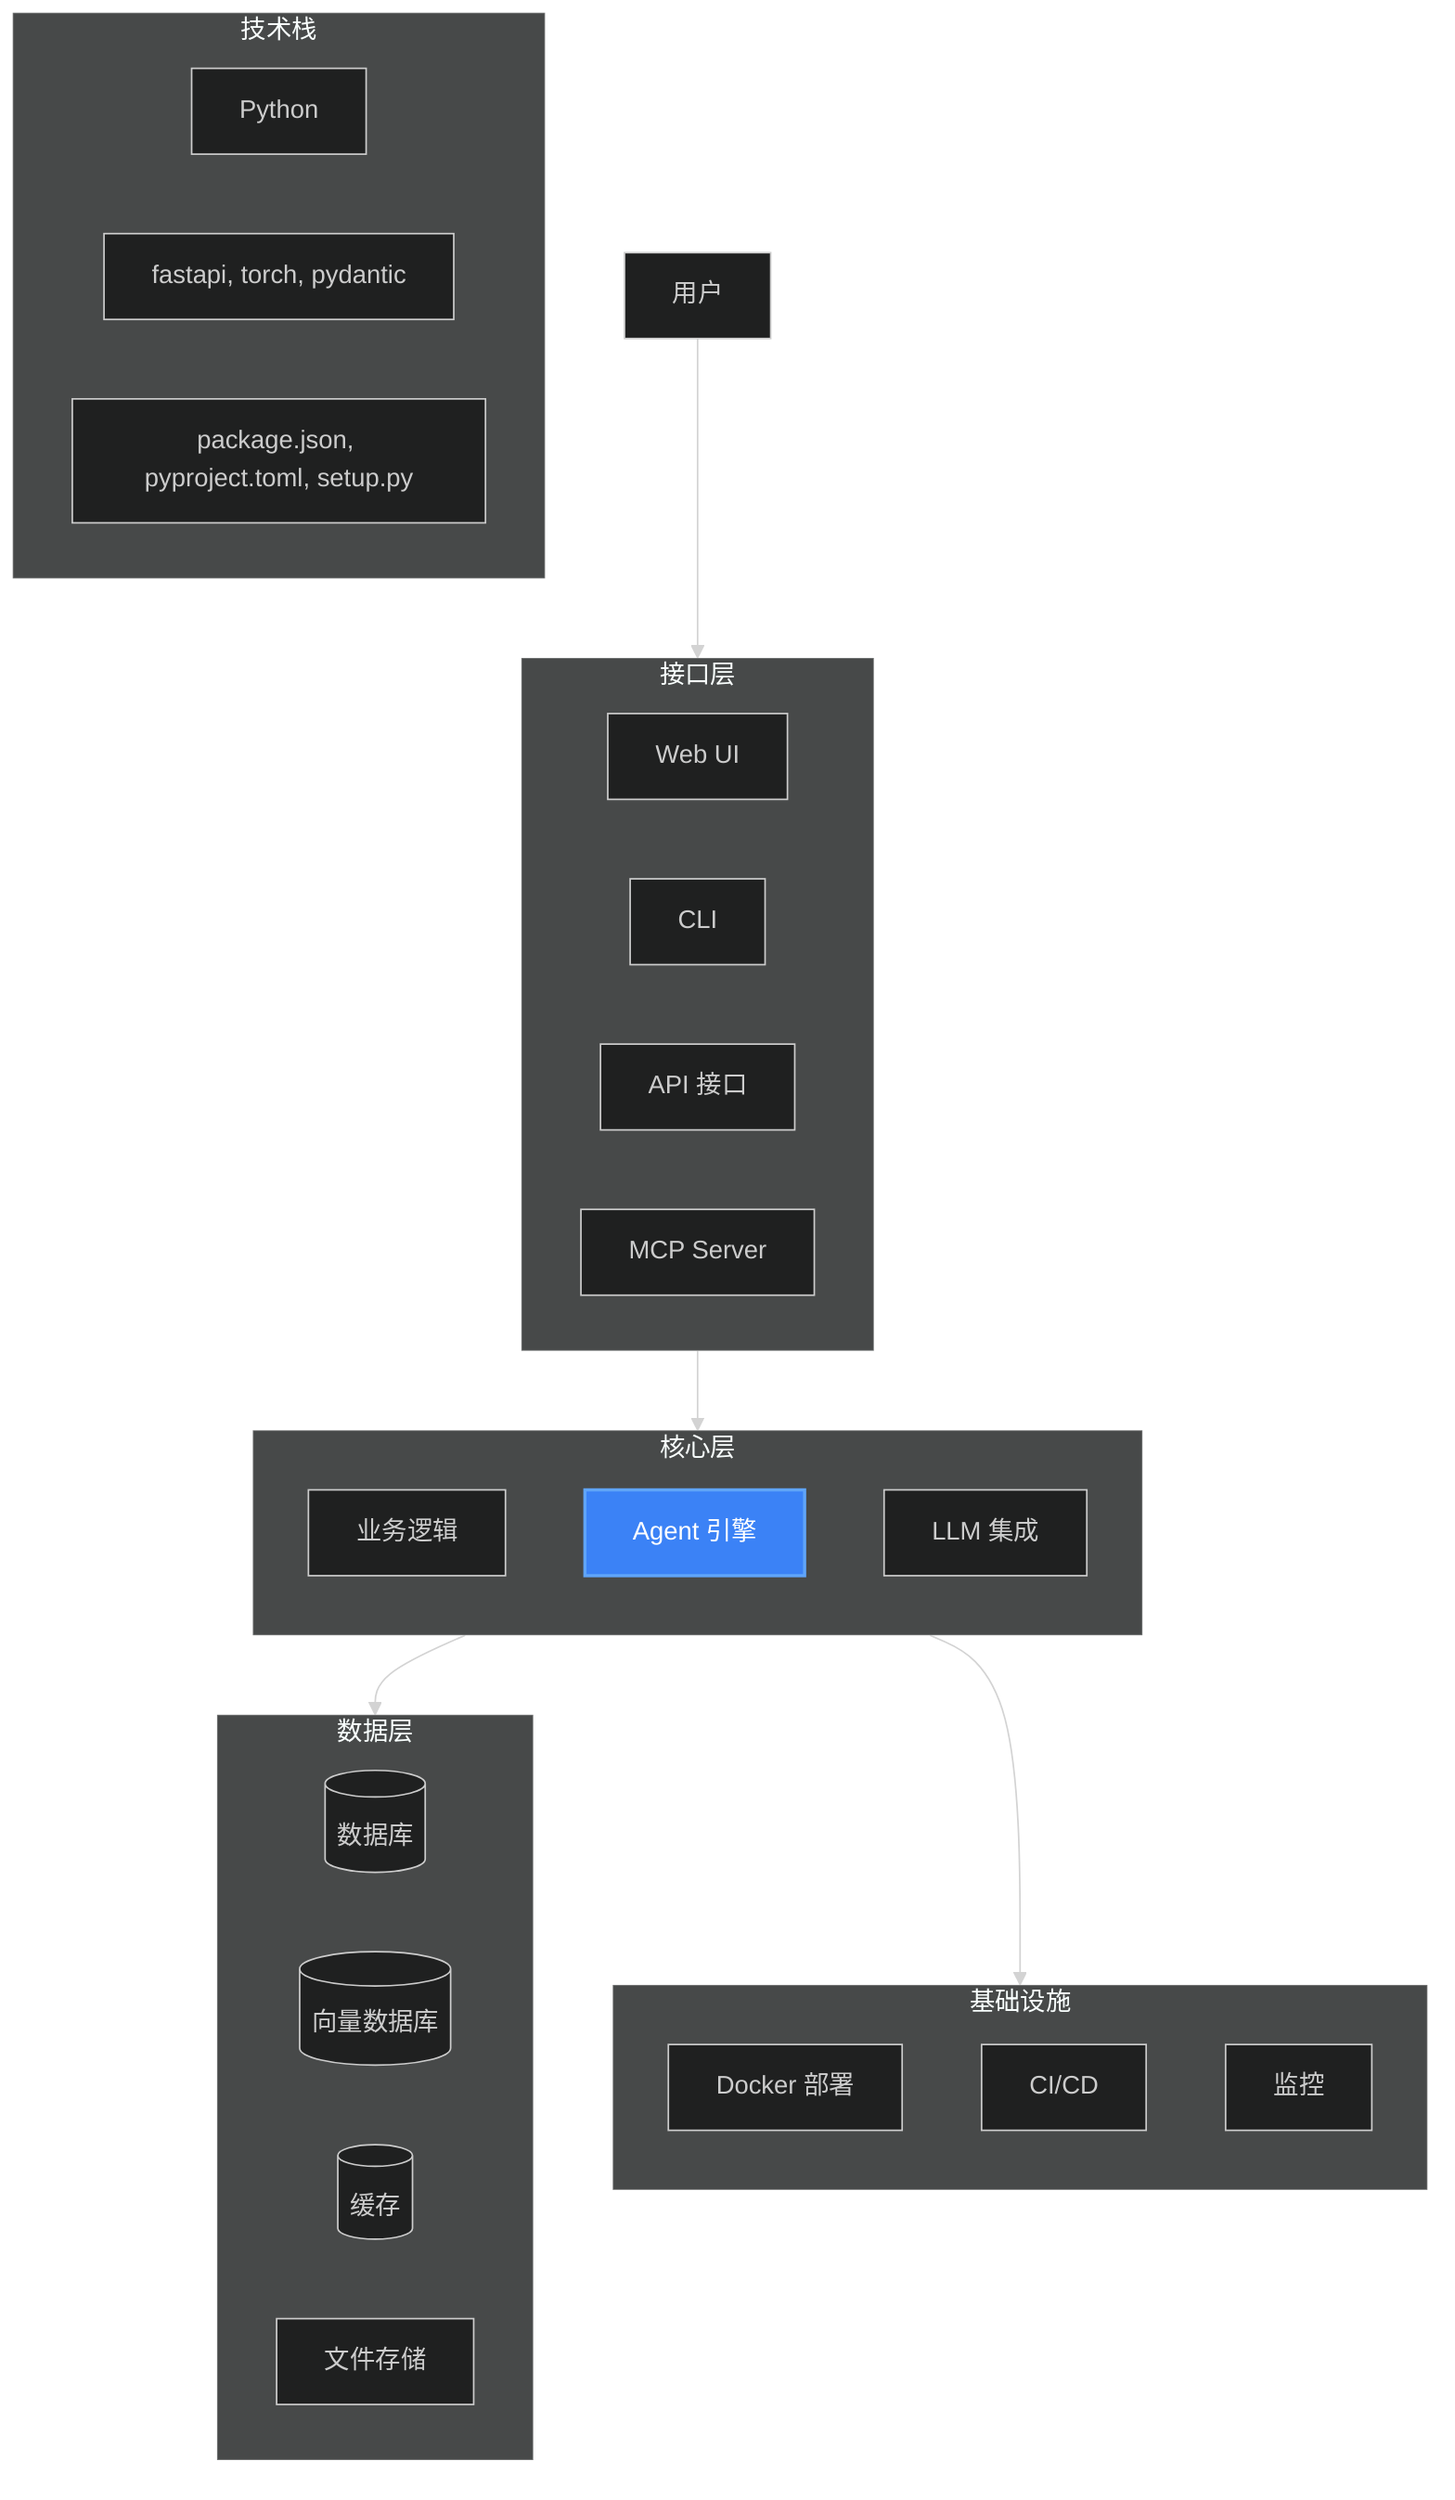
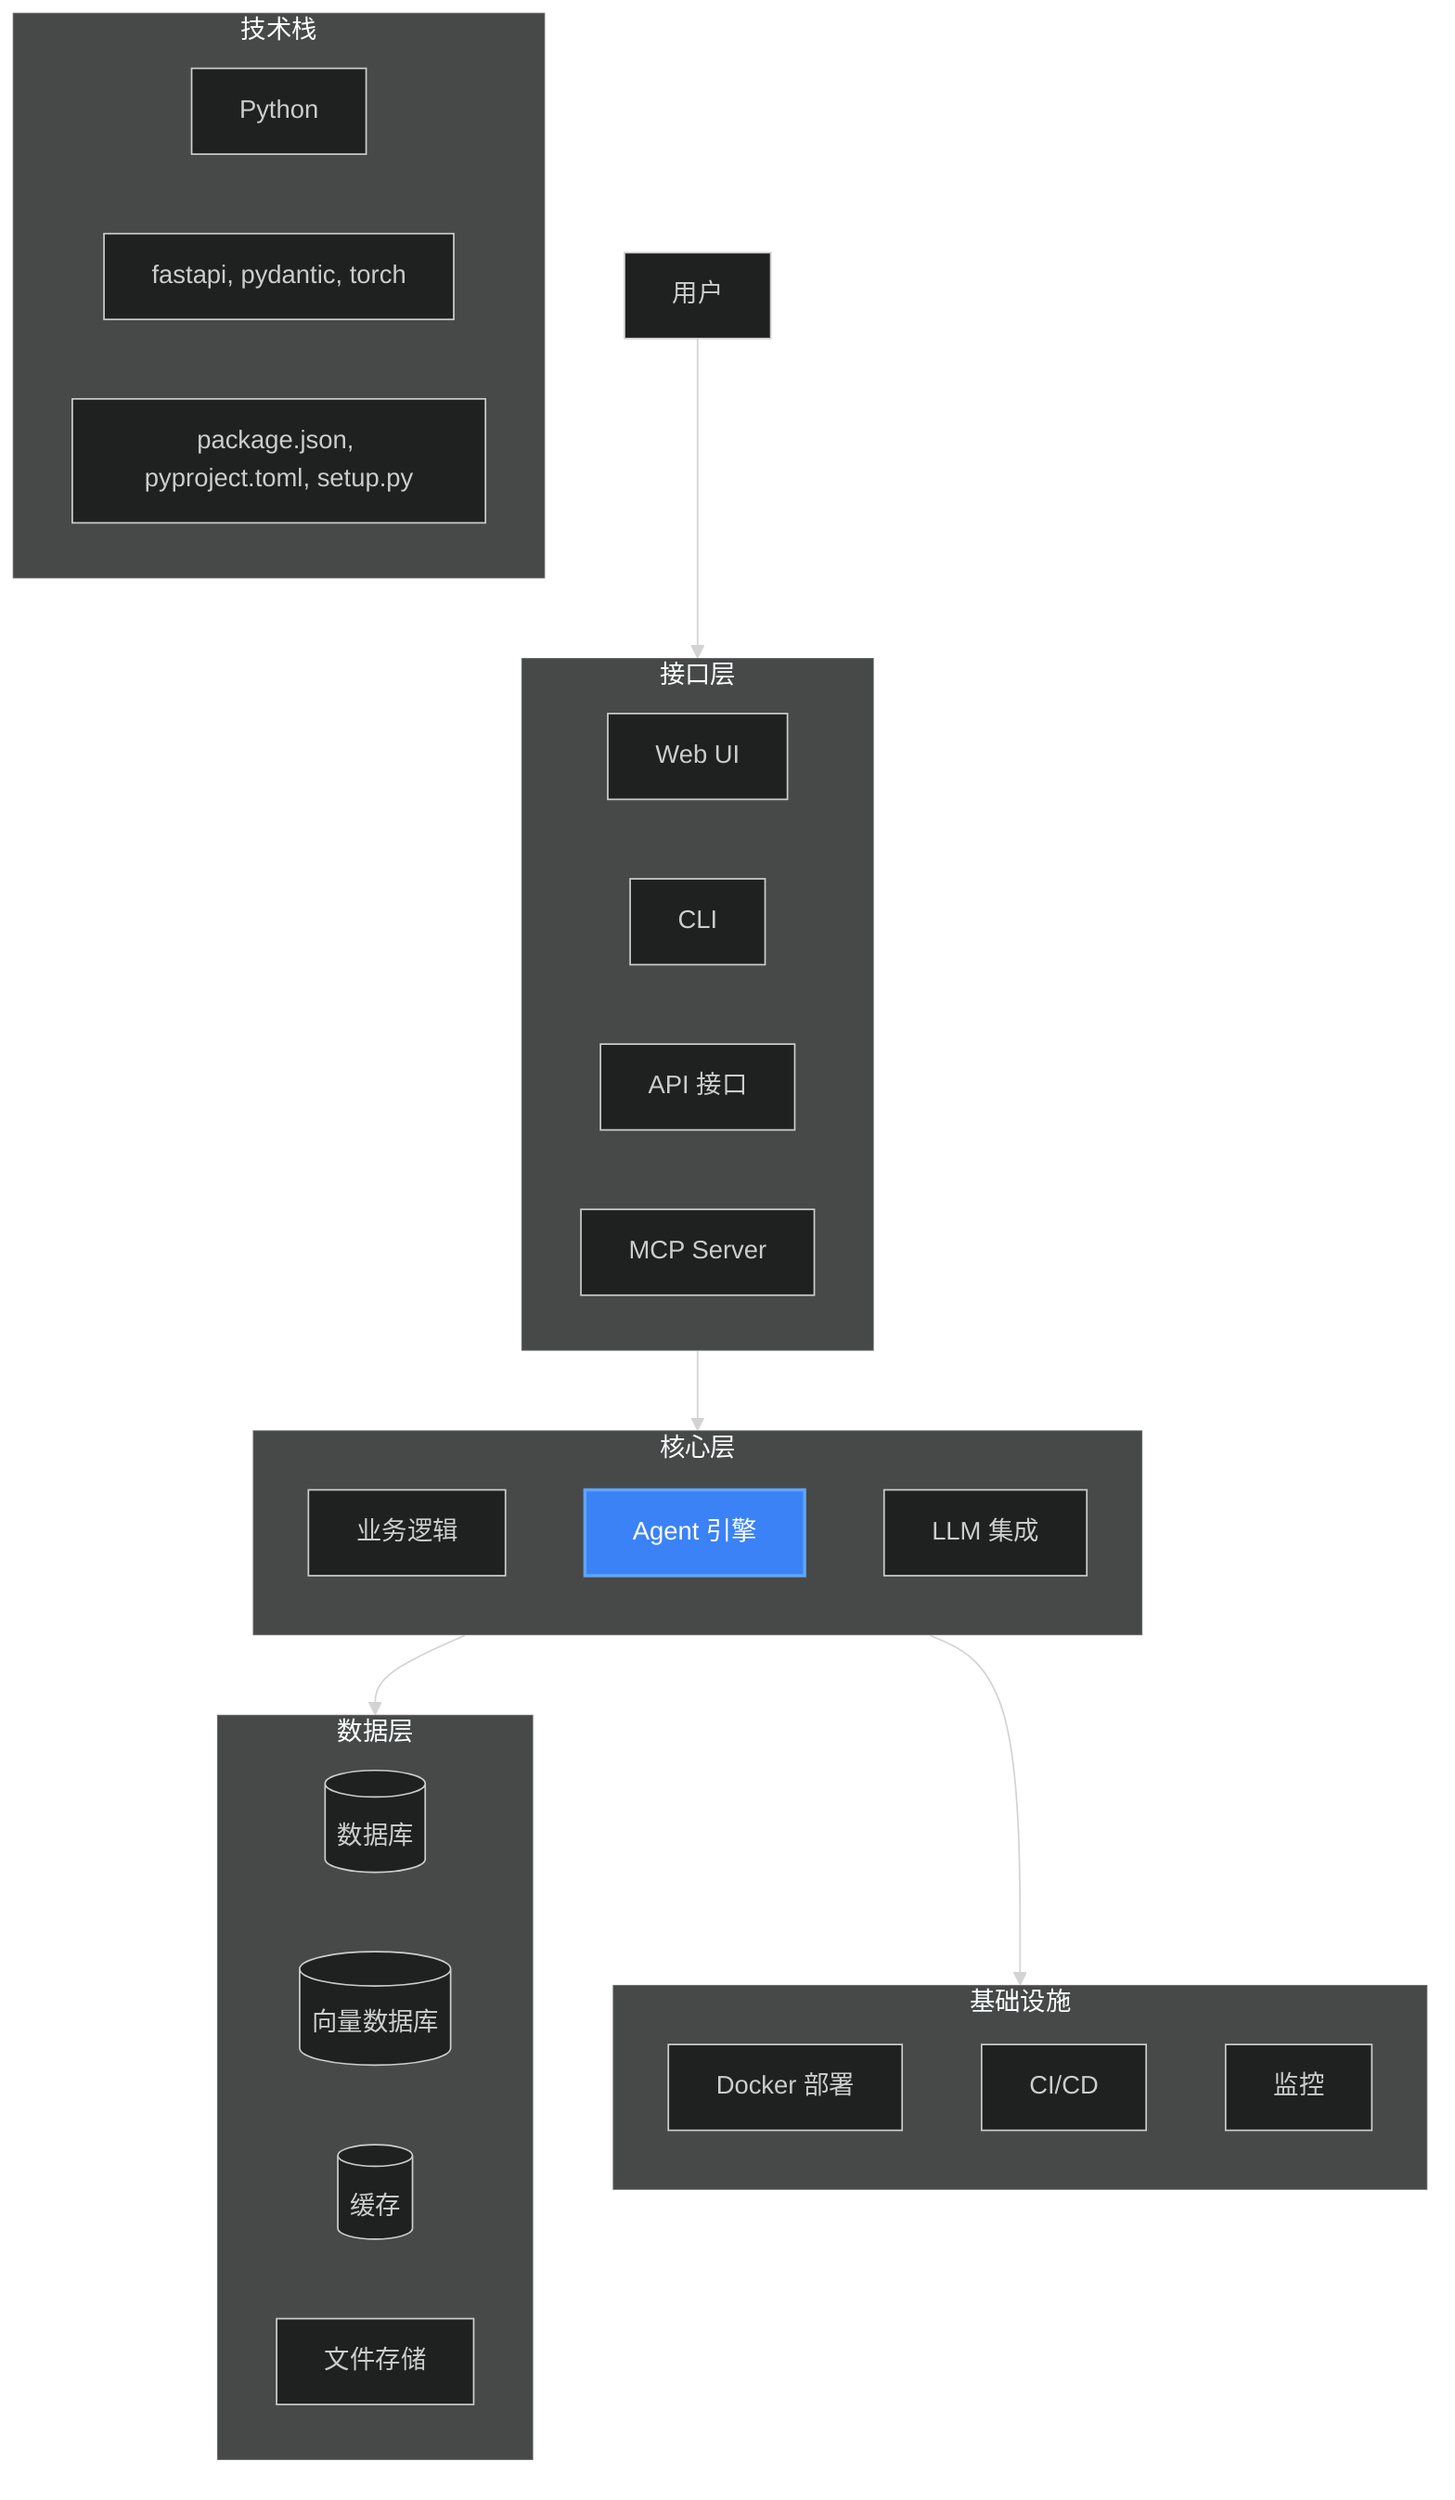
%%{init: {'theme': 'dark'}}%%
graph TB
    User[用户] --> Interface[接口层]

    subgraph Interface[接口层]
        direction LR
        WebUI[Web UI]
        CLI[CLI]
        API[API 接口]
        MCP[MCP Server]
    end

    subgraph Core[核心层]
        direction TB
        Business[业务逻辑]
        AgentEngine[Agent 引擎]:::highlight
        LLM[LLM 集成]
    end

    subgraph Data[数据层]
        direction LR
        Database[(数据库)]
        VectorDB[(向量数据库)]
        Cache[(缓存)]
        Files[文件存储]
    end

    subgraph Infra[基础设施]
        direction TB
        Docker[Docker 部署]
        CI/CD[CI/CD]
        Monitoring[监控]
    end

    Interface --> Core
    Core --> Data
    Core --> Infra

    classDef highlight fill:#3b82f6,stroke:#60a5fa,stroke-width:2px,color:white

    %% 技术栈信息
    subgraph TechStack[技术栈]
        direction LR
        Lang[Python]
-         FW[fastapi, torch, pydantic]
+         FW[fastapi, pydantic, torch]
        Deps[package.json, pyproject.toml, setup.py]
    end
